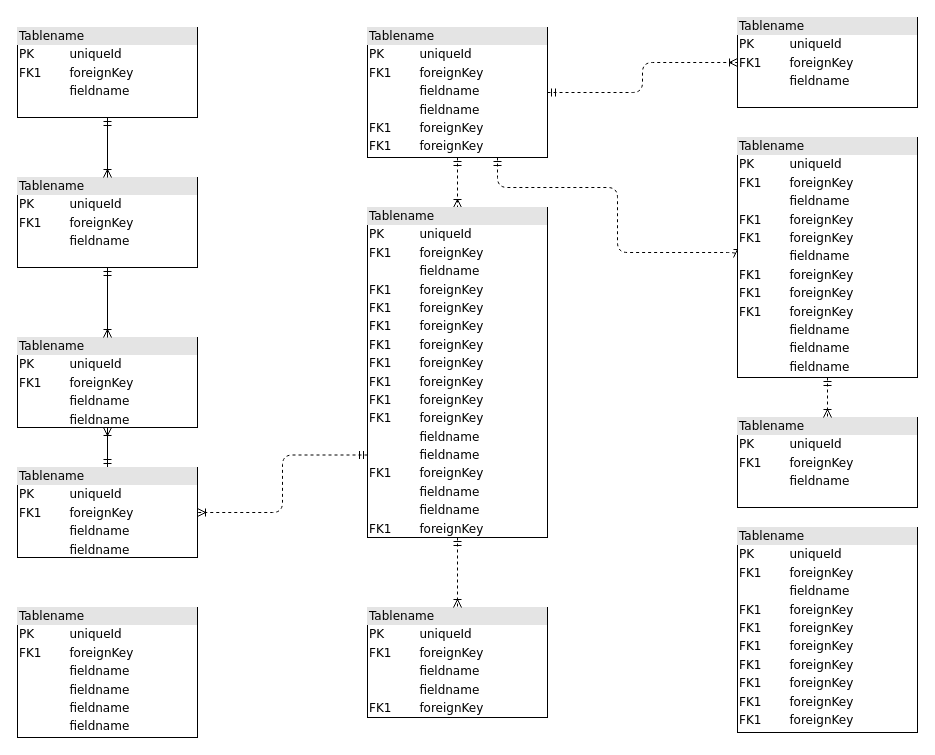
eerkurt/core keeps this draw.io diagram as Untitled Diagram.drawio. Above is the earlier version. Source tidied: cells renumbered, new cells numbered last; positions are measured from the earlier drawing's top-left corner, leaving out a move shared by most shapes. Both pictures are drawn from the tidied source at 100%, with x=0, y=0 at pixel (17, 17).
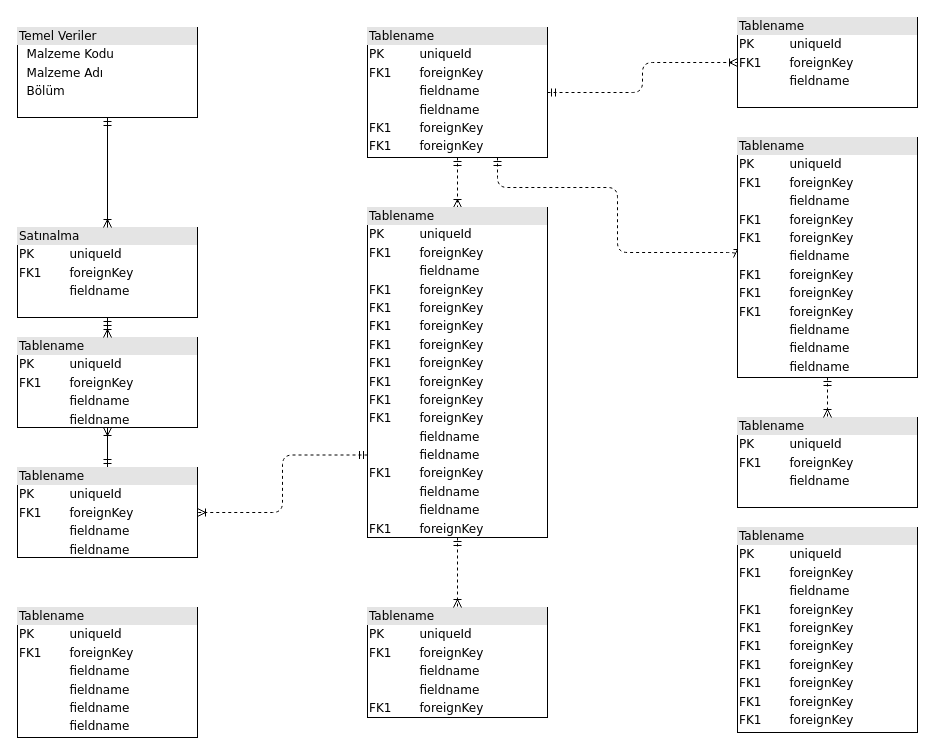
The same diagram, later.

What changed in the source:
```diff
@@
-    <mxCell id="2" value="&lt;div style=&quot;box-sizing:border-box;width:100%;background:#e4e4e4;padding:2px;&quot;&gt;Tablename&lt;/div&gt;&lt;table style=&quot;width:100%;font-size:1em;&quot; cellpadding=&quot;2&quot; cellspacing=&quot;0&quot;&gt;&lt;tr&gt;&lt;td&gt;PK&lt;/td&gt;&lt;td&gt;uniqueId&lt;/td&gt;&lt;/tr&gt;&lt;tr&gt;&lt;td&gt;FK1&lt;/td&gt;&lt;td&gt;foreignKey&lt;/td&gt;&lt;/tr&gt;&lt;tr&gt;&lt;td&gt;&lt;/td&gt;&lt;td&gt;fieldname&lt;/td&gt;&lt;/tr&gt;&lt;/table&gt;" style="verticalAlign=top;align=left;overflow=fill;html=1;rounded=0;shadow=0;comic=0;labelBackgroundColor=none;strokeWidth=1;fontFamily=Verdana;fontSize=12;" parent="1" vertex="1">
+    <mxCell id="2" value="&lt;div style=&quot;box-sizing:border-box;width:100%;background:#e4e4e4;padding:2px;&quot;&gt;Temel Veriler&lt;/div&gt;&lt;table style=&quot;width:100%;font-size:1em;&quot; cellpadding=&quot;2&quot; cellspacing=&quot;0&quot;&gt;&lt;tbody&gt;&lt;tr&gt;&lt;td&gt;&lt;br&gt;&lt;/td&gt;&lt;td&gt;Malzeme Kodu&lt;/td&gt;&lt;/tr&gt;&lt;tr&gt;&lt;td&gt;&lt;br&gt;&lt;/td&gt;&lt;td&gt;Malzeme Adı&lt;/td&gt;&lt;/tr&gt;&lt;tr&gt;&lt;td&gt;&lt;/td&gt;&lt;td&gt;Bölüm&lt;/td&gt;&lt;/tr&gt;&lt;/tbody&gt;&lt;/table&gt;" style="verticalAlign=top;align=left;overflow=fill;html=1;rounded=0;shadow=0;comic=0;labelBackgroundColor=none;strokeWidth=1;fontFamily=Verdana;fontSize=12;" parent="1" vertex="1">
       <mxGeometry y="10" width="180" height="90" as="geometry" />
     </mxCell>
@@
-    <mxCell id="12" value="&lt;div style=&quot;box-sizing:border-box;width:100%;background:#e4e4e4;padding:2px;&quot;&gt;Tablename&lt;/div&gt;&lt;table style=&quot;width:100%;font-size:1em;&quot; cellpadding=&quot;2&quot; cellspacing=&quot;0&quot;&gt;&lt;tr&gt;&lt;td&gt;PK&lt;/td&gt;&lt;td&gt;uniqueId&lt;/td&gt;&lt;/tr&gt;&lt;tr&gt;&lt;td&gt;FK1&lt;/td&gt;&lt;td&gt;foreignKey&lt;/td&gt;&lt;/tr&gt;&lt;tr&gt;&lt;td&gt;&lt;/td&gt;&lt;td&gt;fieldname&lt;/td&gt;&lt;/tr&gt;&lt;/table&gt;" style="verticalAlign=top;align=left;overflow=fill;html=1;rounded=0;shadow=0;comic=0;labelBackgroundColor=none;strokeWidth=1;fontFamily=Verdana;fontSize=12;" parent="1" vertex="1">
-      <mxGeometry y="160" width="180" height="90" as="geometry" />
+    <mxCell id="12" value="&lt;div style=&quot;box-sizing:border-box;width:100%;background:#e4e4e4;padding:2px;&quot;&gt;Satınalma&lt;/div&gt;&lt;table style=&quot;width:100%;font-size:1em;&quot; cellpadding=&quot;2&quot; cellspacing=&quot;0&quot;&gt;&lt;tbody&gt;&lt;tr&gt;&lt;td&gt;PK&lt;/td&gt;&lt;td&gt;uniqueId&lt;/td&gt;&lt;/tr&gt;&lt;tr&gt;&lt;td&gt;FK1&lt;/td&gt;&lt;td&gt;foreignKey&lt;/td&gt;&lt;/tr&gt;&lt;tr&gt;&lt;td&gt;&lt;/td&gt;&lt;td&gt;fieldname&lt;/td&gt;&lt;/tr&gt;&lt;/tbody&gt;&lt;/table&gt;" style="verticalAlign=top;align=left;overflow=fill;html=1;rounded=0;shadow=0;comic=0;labelBackgroundColor=none;strokeWidth=1;fontFamily=Verdana;fontSize=12;" parent="1" vertex="1">
+      <mxGeometry y="210" width="180" height="90" as="geometry" />
     </mxCell>
```
